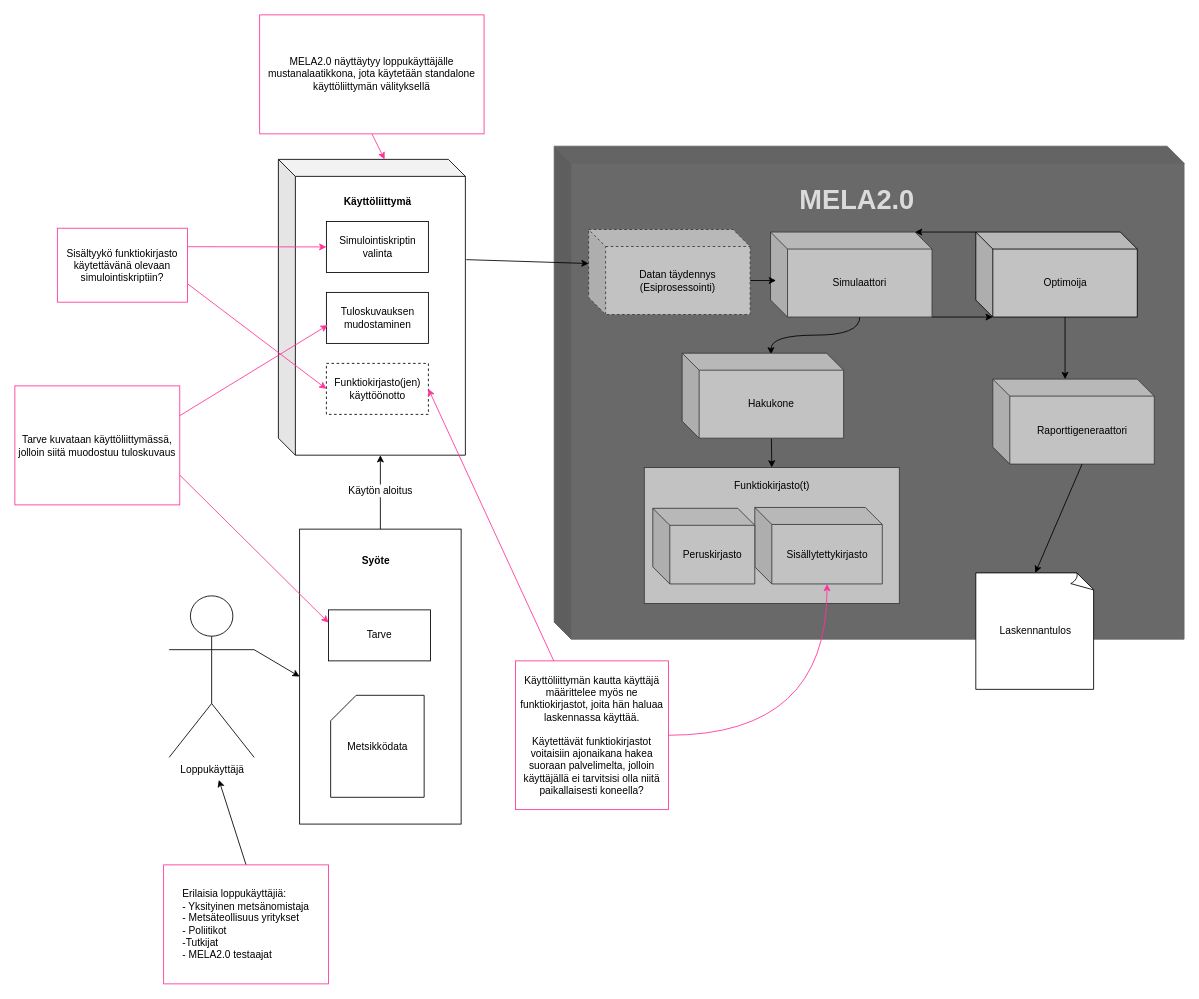
This is Figures/Loppukayttaja.drawio from R1pe/MELA2.0-Users, a draw.io file, before an edit. Source tidied: cells renumbered, new cells numbered last; positions are measured from the earlier drawing's top-left corner, leaving out a move shared by most shapes. Both pictures are drawn from the tidied source at 85%, with x=0, y=0 at pixel (14, 14).
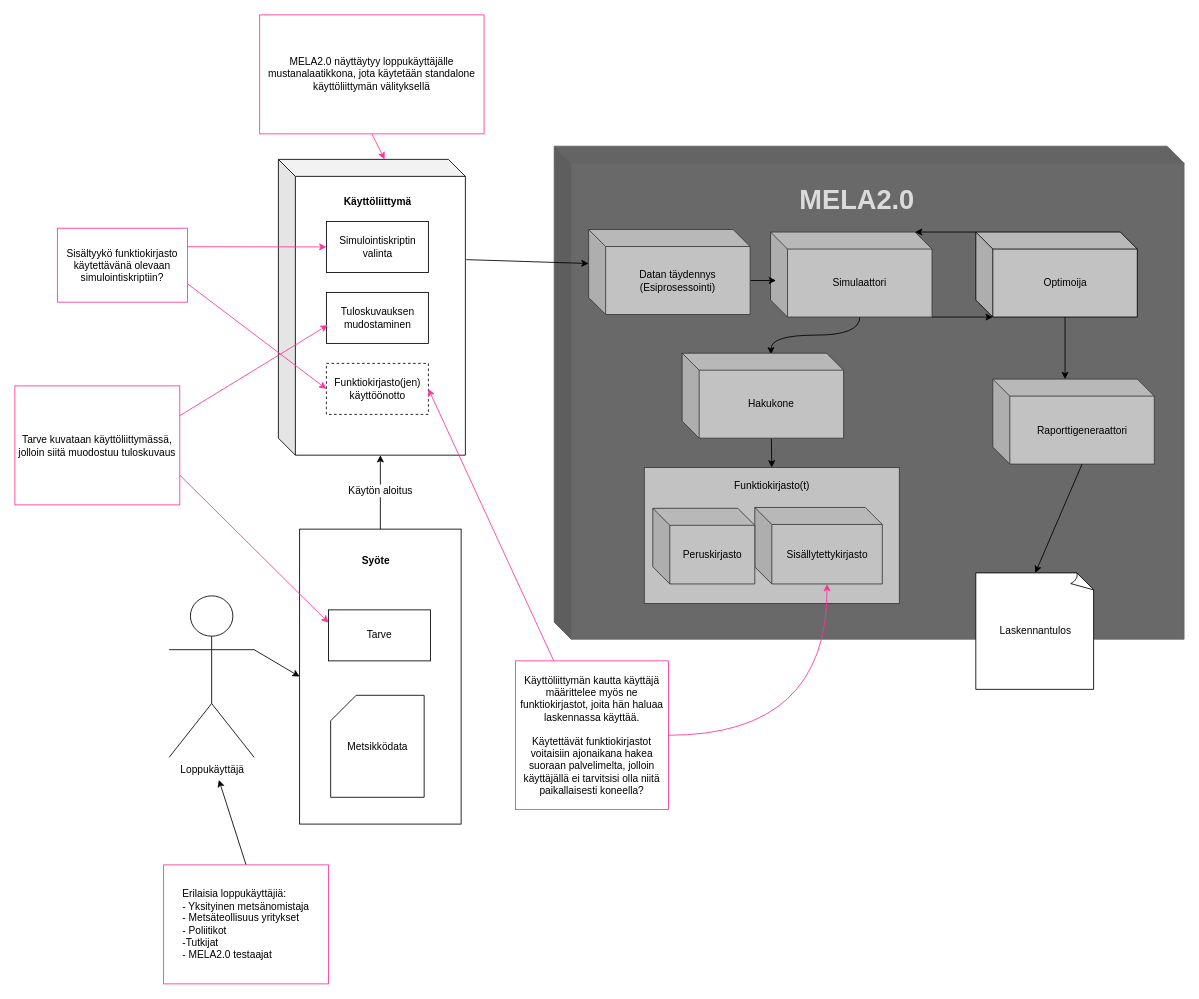
The same diagram, later.

Change to the diagram source:
```diff
@@
-    <mxCell id="30" value="&lt;div style=&quot;font-size: 12px;&quot;&gt;Datan täydennys&lt;/div&gt;&lt;div style=&quot;font-size: 12px;&quot;&gt;(Esiprosessointi)&lt;br style=&quot;font-size: 12px;&quot;&gt;&lt;/div&gt;" style="shape=cube;whiteSpace=wrap;html=1;boundedLbl=1;backgroundOutline=1;darkOpacity=0.05;darkOpacity2=0.1;fontSize=12;fillColor=#C2C2C2;strokeColor=#36393d;dashed=1;" parent="1" vertex="1">
+    <mxCell id="30" value="&lt;div style=&quot;font-size: 12px;&quot;&gt;Datan täydennys&lt;/div&gt;&lt;div style=&quot;font-size: 12px;&quot;&gt;(Esiprosessointi)&lt;br style=&quot;font-size: 12px;&quot;&gt;&lt;/div&gt;" style="shape=cube;whiteSpace=wrap;html=1;boundedLbl=1;backgroundOutline=1;darkOpacity=0.05;darkOpacity2=0.1;fontSize=12;fillColor=#C2C2C2;strokeColor=#36393d;" parent="1" vertex="1">
       <mxGeometry x="675" y="252.5" width="190" height="100" as="geometry" />
     </mxCell>
```
